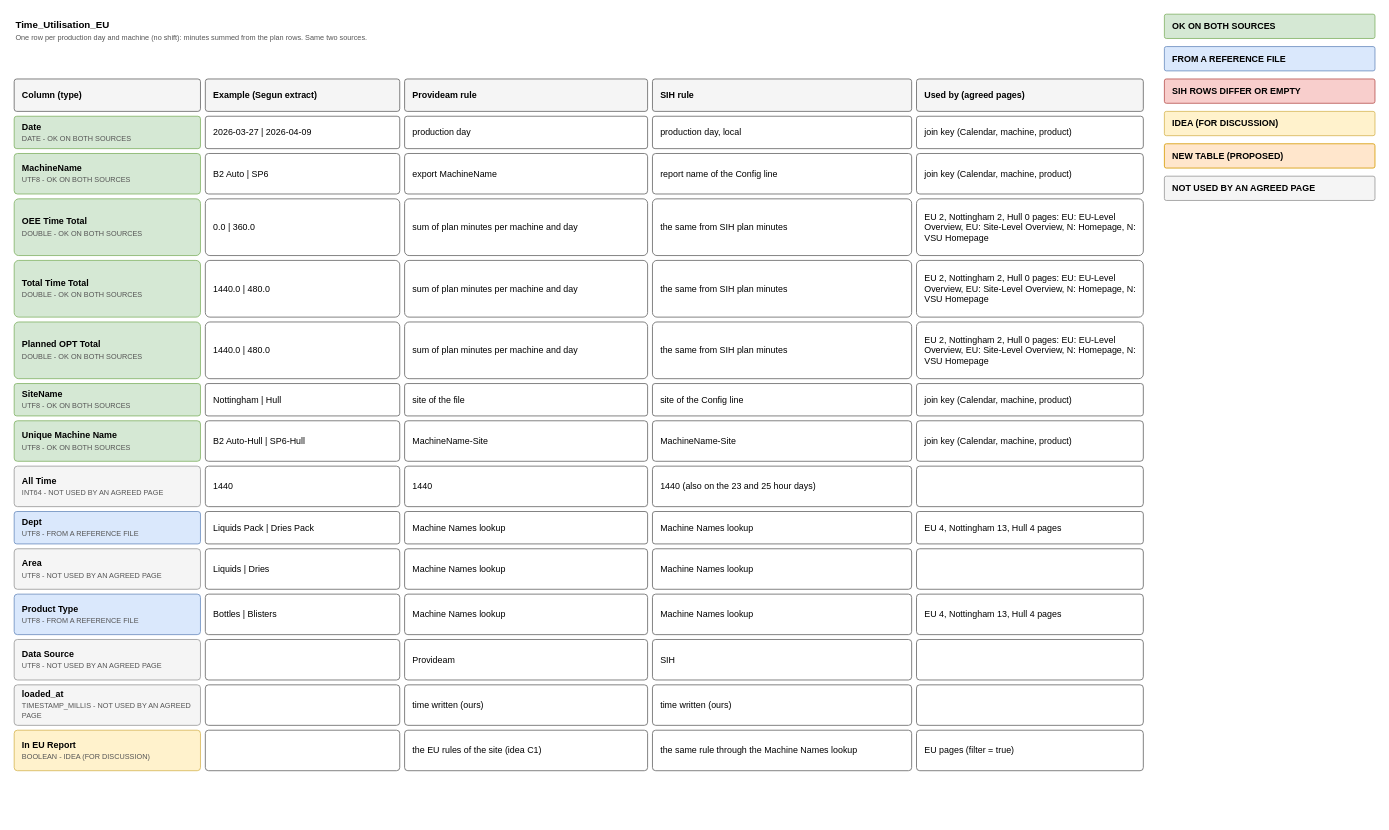
Earlier version of the draw.io diagram page "Table: Time_Utilisation_EU" (4 of 22) of diagrams/site-dashboards-map.drawio (AbiyyuMufti/SIH-IBMX-R). Source tidied: cells renumbered, new cells numbered last; positions are measured from the earlier drawing's top-left corner, leaving out a move shared by most shapes. Both pictures are drawn from the tidied source at 81%, with x=0, y=0 at pixel (14, 14).
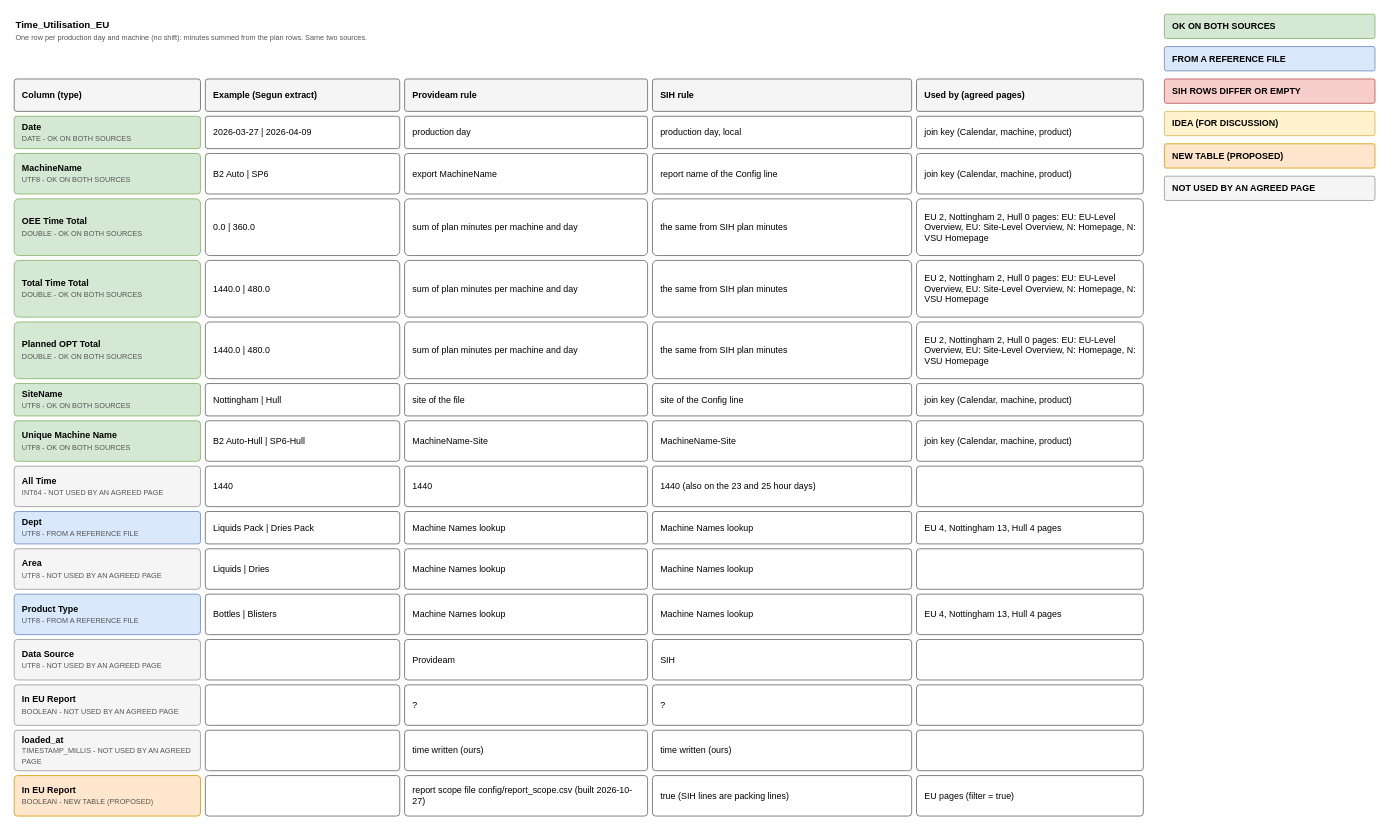
After the change.

Commit message (it also covers changes not shown here):
Site dashboards: decisions, notes and the map after the build

The edit, as a diff of the source:
```diff
@@
-    <mxCell id="74" value="&lt;b&gt;loaded_at&lt;/b&gt;&lt;br&gt;&lt;font style=&quot;font-size:9px&quot; color=&quot;#555555&quot;&gt;TIMESTAMP_MILLIS - NOT USED BY AN AGREED PAGE&lt;/font&gt;" style="rounded=1;whiteSpace=wrap;html=1;align=left;verticalAlign=middle;spacingLeft=8;spacingRight=6;fontSize=11;arcSize=8;fillColor=#f5f5f5;strokeColor=#999999;" parent="1" vertex="1">
+    <mxCell id="74" value="&lt;b&gt;In EU Report&lt;/b&gt;&lt;br&gt;&lt;font style=&quot;font-size:9px&quot; color=&quot;#555555&quot;&gt;BOOLEAN - NOT USED BY AN AGREED PAGE&lt;/font&gt;" style="rounded=1;whiteSpace=wrap;html=1;align=left;verticalAlign=middle;spacingLeft=8;spacingRight=6;fontSize=11;arcSize=8;fillColor=#f5f5f5;strokeColor=#999999;" parent="1" vertex="1">
       <mxGeometry y="828" width="230" height="50" as="geometry" />
     </mxCell>
@@
-    <mxCell id="76" value="time written (ours)" style="rounded=1;whiteSpace=wrap;html=1;align=left;verticalAlign=middle;spacingLeft=8;spacingRight=6;fontSize=11;arcSize=8;fillColor=#ffffff;strokeColor=#666666;" parent="1" vertex="1">
+    <mxCell id="76" value="?" style="rounded=1;whiteSpace=wrap;html=1;align=left;verticalAlign=middle;spacingLeft=8;spacingRight=6;fontSize=11;arcSize=8;fillColor=#ffffff;strokeColor=#666666;" parent="1" vertex="1">
       <mxGeometry x="482" y="828" width="300" height="50" as="geometry" />
     </mxCell>
-    <mxCell id="77" value="time written (ours)" style="rounded=1;whiteSpace=wrap;html=1;align=left;verticalAlign=middle;spacingLeft=8;spacingRight=6;fontSize=11;arcSize=8;fillColor=#ffffff;strokeColor=#666666;" parent="1" vertex="1">
+    <mxCell id="77" value="?" style="rounded=1;whiteSpace=wrap;html=1;align=left;verticalAlign=middle;spacingLeft=8;spacingRight=6;fontSize=11;arcSize=8;fillColor=#ffffff;strokeColor=#666666;" parent="1" vertex="1">
       <mxGeometry x="788" y="828" width="320" height="50" as="geometry" />
     </mxCell>
@@
-    <mxCell id="79" value="&lt;b&gt;In EU Report&lt;/b&gt;&lt;br&gt;&lt;font style=&quot;font-size:9px&quot; color=&quot;#555555&quot;&gt;BOOLEAN - IDEA (FOR DISCUSSION)&lt;/font&gt;" style="rounded=1;whiteSpace=wrap;html=1;align=left;verticalAlign=middle;spacingLeft=8;spacingRight=6;fontSize=11;arcSize=8;fillColor=#fff2cc;strokeColor=#d6b656;" parent="1" vertex="1">
+    <mxCell id="79" value="&lt;b&gt;loaded_at&lt;/b&gt;&lt;br&gt;&lt;font style=&quot;font-size:9px&quot; color=&quot;#555555&quot;&gt;TIMESTAMP_MILLIS - NOT USED BY AN AGREED PAGE&lt;/font&gt;" style="rounded=1;whiteSpace=wrap;html=1;align=left;verticalAlign=middle;spacingLeft=8;spacingRight=6;fontSize=11;arcSize=8;fillColor=#f5f5f5;strokeColor=#999999;" parent="1" vertex="1">
       <mxGeometry y="884" width="230" height="50" as="geometry" />
     </mxCell>
@@
-    <mxCell id="81" value="the EU rules of the site (idea C1)" style="rounded=1;whiteSpace=wrap;html=1;align=left;verticalAlign=middle;spacingLeft=8;spacingRight=6;fontSize=11;arcSize=8;fillColor=#ffffff;strokeColor=#666666;" parent="1" vertex="1">
+    <mxCell id="81" value="time written (ours)" style="rounded=1;whiteSpace=wrap;html=1;align=left;verticalAlign=middle;spacingLeft=8;spacingRight=6;fontSize=11;arcSize=8;fillColor=#ffffff;strokeColor=#666666;" parent="1" vertex="1">
       <mxGeometry x="482" y="884" width="300" height="50" as="geometry" />
     </mxCell>
-    <mxCell id="82" value="the same rule through the Machine Names lookup" style="rounded=1;whiteSpace=wrap;html=1;align=left;verticalAlign=middle;spacingLeft=8;spacingRight=6;fontSize=11;arcSize=8;fillColor=#ffffff;strokeColor=#666666;" parent="1" vertex="1">
+    <mxCell id="82" value="time written (ours)" style="rounded=1;whiteSpace=wrap;html=1;align=left;verticalAlign=middle;spacingLeft=8;spacingRight=6;fontSize=11;arcSize=8;fillColor=#ffffff;strokeColor=#666666;" parent="1" vertex="1">
       <mxGeometry x="788" y="884" width="320" height="50" as="geometry" />
     </mxCell>
-    <mxCell id="83" value="EU pages (filter = true)" style="rounded=1;whiteSpace=wrap;html=1;align=left;verticalAlign=middle;spacingLeft=8;spacingRight=6;fontSize=11;arcSize=8;fillColor=#ffffff;strokeColor=#666666;" parent="1" vertex="1">
+    <mxCell id="83" style="rounded=1;whiteSpace=wrap;html=1;align=left;verticalAlign=middle;spacingLeft=8;spacingRight=6;fontSize=11;arcSize=8;fillColor=#ffffff;strokeColor=#666666;" parent="1" vertex="1">
       <mxGeometry x="1114" y="884" width="280" height="50" as="geometry" />
     </mxCell>
+    <mxCell id="84" value="&lt;b&gt;In EU Report&lt;/b&gt;&lt;br&gt;&lt;font style=&quot;font-size:9px&quot; color=&quot;#555555&quot;&gt;BOOLEAN - NEW TABLE (PROPOSED)&lt;/font&gt;" style="rounded=1;whiteSpace=wrap;html=1;align=left;verticalAlign=middle;spacingLeft=8;spacingRight=6;fontSize=11;arcSize=8;fillColor=#ffe6cc;strokeColor=#d79b00;" parent="1" vertex="1">
+      <mxGeometry y="940" width="230" height="50" as="geometry" />
+    </mxCell>
+    <mxCell id="85" style="rounded=1;whiteSpace=wrap;html=1;align=left;verticalAlign=middle;spacingLeft=8;spacingRight=6;fontSize=11;arcSize=8;fillColor=#ffffff;strokeColor=#666666;" parent="1" vertex="1">
+      <mxGeometry x="236" y="940" width="240" height="50" as="geometry" />
+    </mxCell>
+    <mxCell id="86" value="report scope file config/report_scope.csv (built 2026-10-27)" style="rounded=1;whiteSpace=wrap;html=1;align=left;verticalAlign=middle;spacingLeft=8;spacingRight=6;fontSize=11;arcSize=8;fillColor=#ffffff;strokeColor=#666666;" parent="1" vertex="1">
+      <mxGeometry x="482" y="940" width="300" height="50" as="geometry" />
+    </mxCell>
+    <mxCell id="87" value="true (SIH lines are packing lines)" style="rounded=1;whiteSpace=wrap;html=1;align=left;verticalAlign=middle;spacingLeft=8;spacingRight=6;fontSize=11;arcSize=8;fillColor=#ffffff;strokeColor=#666666;" parent="1" vertex="1">
+      <mxGeometry x="788" y="940" width="320" height="50" as="geometry" />
+    </mxCell>
+    <mxCell id="88" value="EU pages (filter = true)" style="rounded=1;whiteSpace=wrap;html=1;align=left;verticalAlign=middle;spacingLeft=8;spacingRight=6;fontSize=11;arcSize=8;fillColor=#ffffff;strokeColor=#666666;" parent="1" vertex="1">
+      <mxGeometry x="1114" y="940" width="280" height="50" as="geometry" />
+    </mxCell>
```
